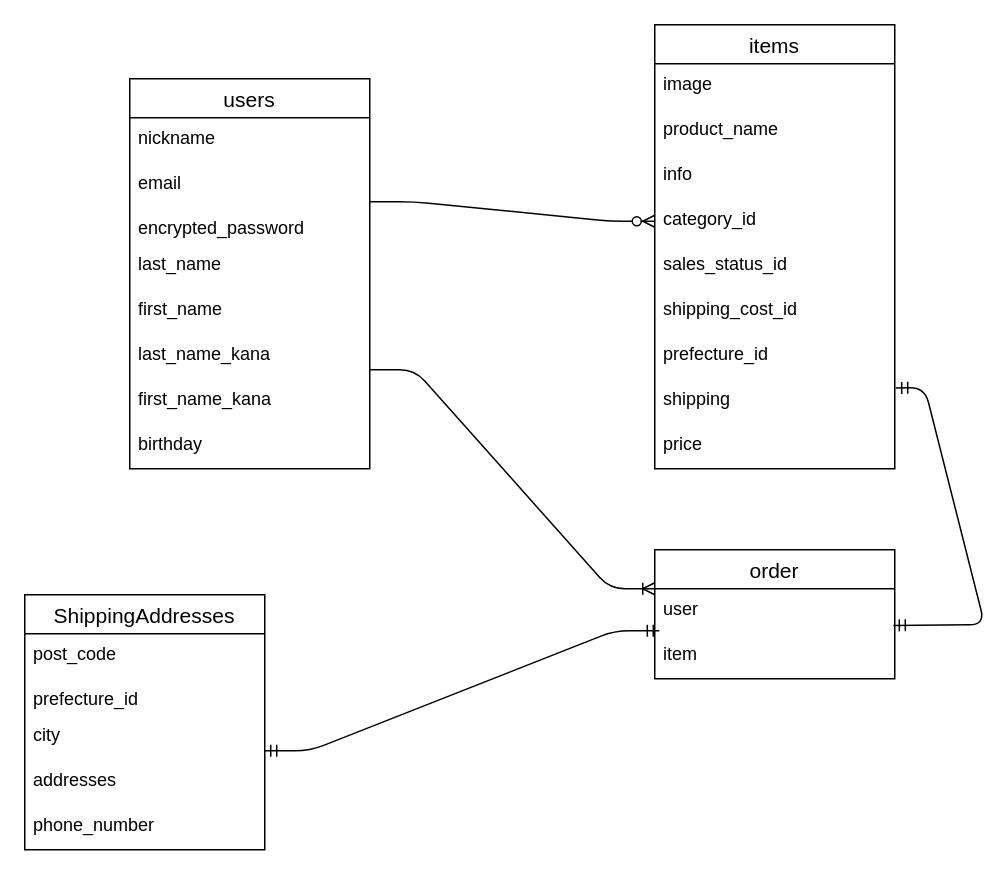
The draw.io diagram ER.dio in momo-xxx-tarou/furima-41762, before the edit. Source tidied: cells renumbered, new cells numbered last; positions are measured from the earlier drawing's top-left corner, leaving out a move shared by most shapes. Both pictures are drawn from the tidied source at 150%, with x=0, y=0 at pixel (24, 24).
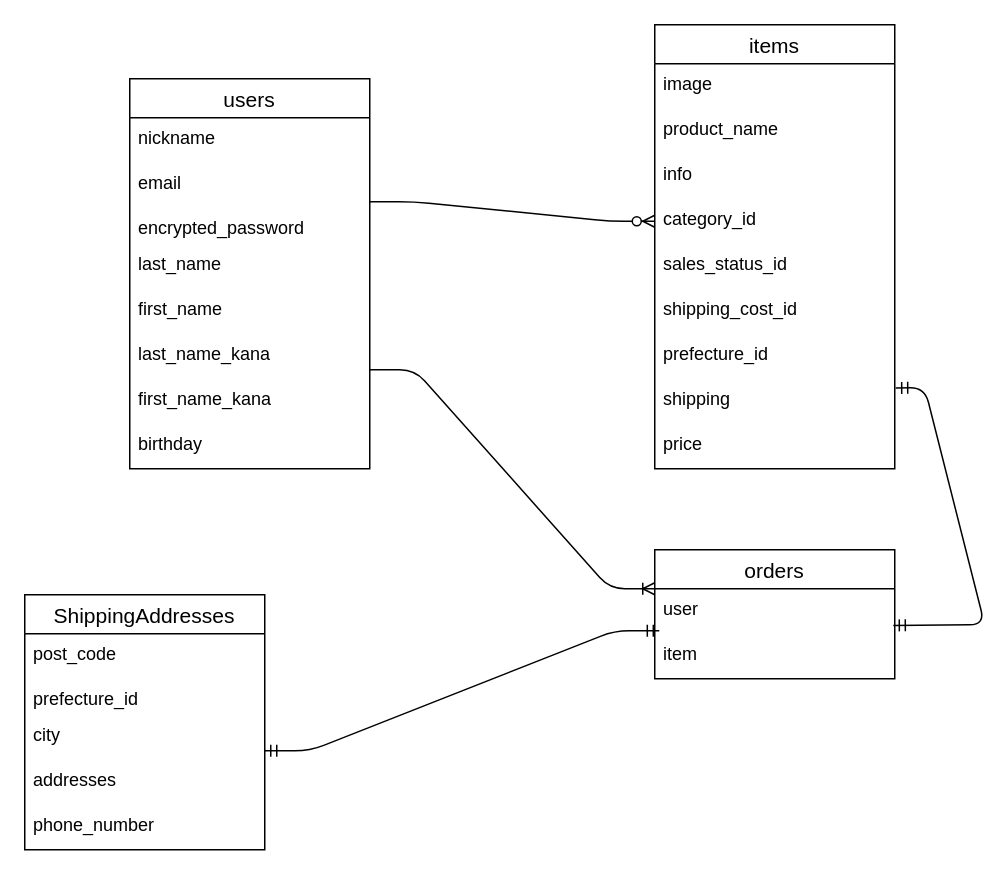
After the change.

What changed in the source:
```diff
@@
-    <mxCell id="28" value="order" style="swimlane;fontStyle=0;horizontal=1;startSize=26;align=center;fontSize=14;" parent="1" vertex="1">
+    <mxCell id="28" value="orders" style="swimlane;fontStyle=0;horizontal=1;startSize=26;align=center;fontSize=14;" parent="1" vertex="1">
       <mxGeometry x="420" y="350" width="160" height="86" as="geometry" />
     </mxCell>
```
